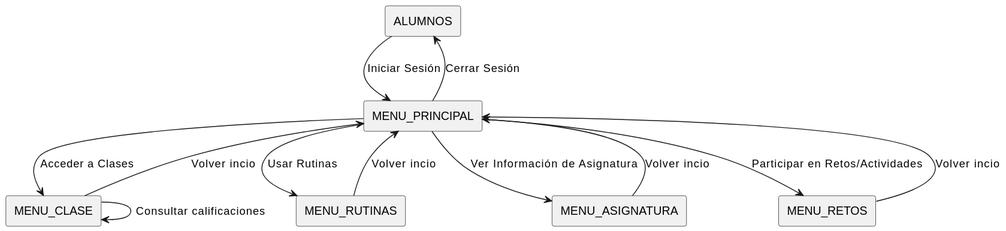
The PlantUML diagram Documentos/Imagenes/DiagramasContexto/AlumnoContexto.svg in mmasias/24-25-IdSw1-SDR, before a commit.
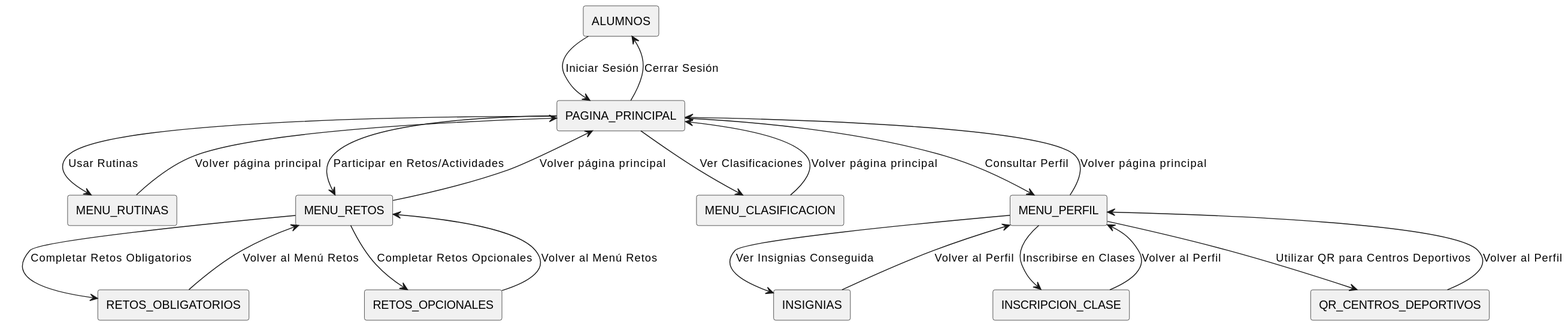
The same file after the commit.

Commit message:
Nuevo diagrama contexto alumno

What changed in the source:
```diff
@@ -2,24 +2,40 @@
 !define RECTANGLE(x) rectangle x
 
 RECTANGLE(ALUMNOS)
-RECTANGLE(MENU_PRINCIPAL)
-RECTANGLE(MENU_CLASE)
+RECTANGLE(PAGINA_PRINCIPAL)
 RECTANGLE(MENU_RUTINAS)
-RECTANGLE(MENU_ASIGNATURA)
 RECTANGLE(MENU_RETOS)
+RECTANGLE(MENU_CLASIFICACION)
+RECTANGLE(MENU_PERFIL)
+RECTANGLE(INSIGNIAS)
+RECTANGLE(INSCRIPCION_CLASE)
+RECTANGLE(QR_CENTROS_DEPORTIVOS)
+RECTANGLE(RETOS_OBLIGATORIOS)
+RECTANGLE(RETOS_OPCIONALES)
 
+ALUMNOS --> PAGINA_PRINCIPAL : Iniciar Sesión
+PAGINA_PRINCIPAL --> ALUMNOS : Cerrar Sesión
 
-ALUMNOS --> MENU_PRINCIPAL : Iniciar Sesión
-MENU_PRINCIPAL --> ALUMNOS : Cerrar Sesión
-MENU_PRINCIPAL --> MENU_ASIGNATURA : Ver Información de Asignatura
-MENU_PRINCIPAL --> MENU_RUTINAS : Usar Rutinas
-MENU_PRINCIPAL --> MENU_RETOS : Participar en Retos/Actividades
+PAGINA_PRINCIPAL --> MENU_RUTINAS : Usar Rutinas
+PAGINA_PRINCIPAL --> MENU_RETOS : Participar en Retos/Actividades
+PAGINA_PRINCIPAL --> MENU_CLASIFICACION : Ver Clasificaciones
+PAGINA_PRINCIPAL --> MENU_PERFIL : Consultar Perfil
 
-MENU_PRINCIPAL --> MENU_CLASE : Acceder a Clases
-MENU_CLASE --> MENU_CLASE : Consultar calificaciones
+MENU_PERFIL --> INSIGNIAS : Ver Insignias Conseguida
+MENU_PERFIL --> INSCRIPCION_CLASE : Inscribirse en Clases
+MENU_PERFIL --> QR_CENTROS_DEPORTIVOS : Utilizar QR para Centros Deportivos
 
-MENU_CLASE --> MENU_PRINCIPAL : Volver incio
-MENU_ASIGNATURA --> MENU_PRINCIPAL : Volver incio
-MENU_RETOS --> MENU_PRINCIPAL : Volver incio
-MENU_RUTINAS --> MENU_PRINCIPAL : Volver incio
+MENU_RETOS --> RETOS_OBLIGATORIOS : Completar Retos Obligatorios
+MENU_RETOS --> RETOS_OPCIONALES : Completar Retos Opcionales
+RETOS_OBLIGATORIOS --> MENU_RETOS : Volver al Menú Retos
+RETOS_OPCIONALES --> MENU_RETOS : Volver al Menú Retos
+
+MENU_RUTINAS --> PAGINA_PRINCIPAL : Volver página principal
+MENU_RETOS --> PAGINA_PRINCIPAL : Volver página principal
+MENU_CLASIFICACION --> PAGINA_PRINCIPAL : Volver página principal
+MENU_PERFIL --> PAGINA_PRINCIPAL : Volver página principal
+
+INSIGNIAS --> MENU_PERFIL : Volver al Perfil
+INSCRIPCION_CLASE --> MENU_PERFIL : Volver al Perfil
+QR_CENTROS_DEPORTIVOS --> MENU_PERFIL : Volver al Perfil
 @enduml
```
